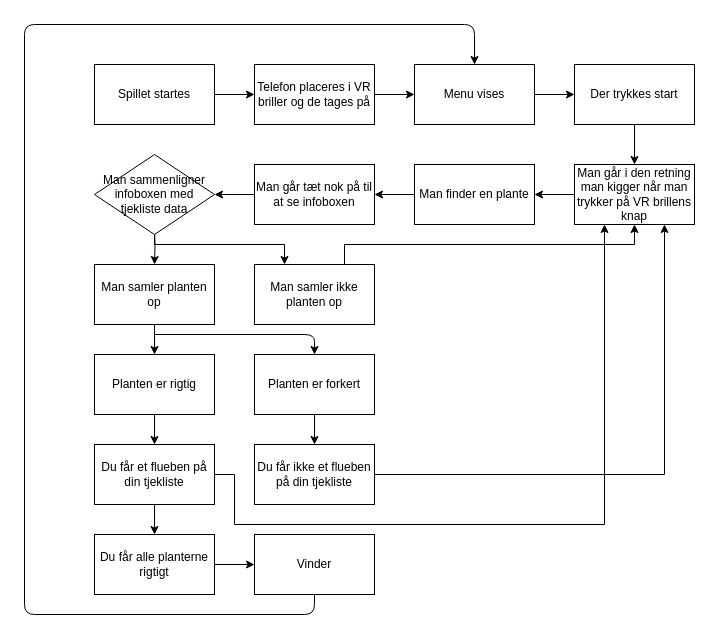
Above: Flowchart af plantejagt.drawio in mads546n/Escape-room-VR (draw.io), before the change. Source tidied: cells renumbered, new cells numbered last; positions are measured from the earlier drawing's top-left corner, leaving out a move shared by most shapes. Both pictures are drawn from the tidied source at 100%, with x=0, y=0 at pixel (24, 24).
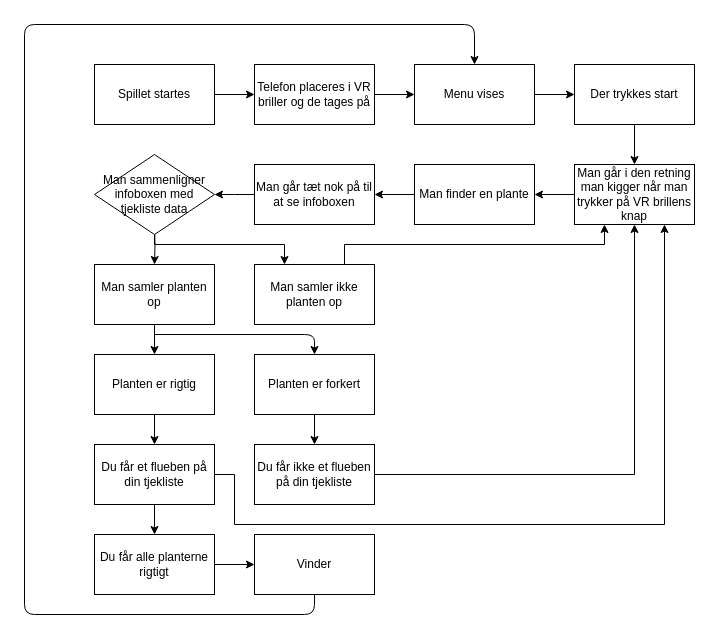
The same page after the edit.

The change refers to these unchanged cells:
```xml
<mxCell id="8" value="Man går i den retning man kigger når man trykker på VR brillens knap" style="rounded=0;whiteSpace=wrap;html=1;" parent="1" vertex="1">
  <mxGeometry x="550" y="140" width="120" height="60" as="geometry" />
</mxCell>
<mxCell id="20" value="Man samler ikke planten op" style="rounded=0;whiteSpace=wrap;html=1;" parent="1" vertex="1">
  <mxGeometry x="230" y="240" width="120" height="60" as="geometry" />
</mxCell>
<mxCell id="27" value="Du får et flueben på din tjekliste" style="rounded=0;whiteSpace=wrap;html=1;" parent="1" vertex="1">
  <mxGeometry x="70" y="420" width="120" height="60" as="geometry" />
</mxCell>
<mxCell id="29" value="Du får ikke et flueben på din tjekliste" style="rounded=0;whiteSpace=wrap;html=1;" parent="1" vertex="1">
  <mxGeometry x="230" y="420" width="120" height="60" as="geometry" />
</mxCell>
```

What changed in the source:
```diff
@@
-    <mxCell id="19" style="edgeStyle=orthogonalEdgeStyle;rounded=0;jettySize=auto;html=1;exitX=0.75;exitY=0;exitDx=0;exitDy=0;entryX=0.5;entryY=1;entryDx=0;entryDy=0;" parent="1" edge="1" source="20" target="8">
+    <mxCell id="19" style="edgeStyle=orthogonalEdgeStyle;rounded=0;jettySize=auto;html=1;exitX=0.75;exitY=0;exitDx=0;exitDy=0;entryX=0.25;entryY=1;entryDx=0;entryDy=0;" parent="1" edge="1" source="20" target="8">
       <mxGeometry relative="1" as="geometry" />
     </mxCell>
@@
-    <mxCell id="26" style="edgeStyle=orthogonalEdgeStyle;rounded=0;jettySize=auto;html=1;exitX=1;exitY=0.5;exitDx=0;exitDy=0;entryX=0.25;entryY=1;entryDx=0;entryDy=0;" parent="1" edge="1" source="27" target="8">
+    <mxCell id="26" style="edgeStyle=orthogonalEdgeStyle;rounded=0;jettySize=auto;html=1;exitX=1;exitY=0.5;exitDx=0;exitDy=0;entryX=0.75;entryY=1;entryDx=0;entryDy=0;" parent="1" edge="1" source="27" target="8">
       <mxGeometry relative="1" as="geometry">
         <Array as="points">
           <mxPoint x="210" y="450" />
           <mxPoint x="210" y="500" />
-          <mxPoint x="580" y="500" />
+          <mxPoint x="640" y="500" />
         </Array>
       </mxGeometry>
     </mxCell>
@@
-    <mxCell id="28" style="edgeStyle=orthogonalEdgeStyle;rounded=0;jettySize=auto;html=1;exitX=1;exitY=0.5;exitDx=0;exitDy=0;entryX=0.75;entryY=1;entryDx=0;entryDy=0;" parent="1" edge="1" source="29" target="8">
+    <mxCell id="28" style="edgeStyle=orthogonalEdgeStyle;rounded=0;jettySize=auto;html=1;exitX=1;exitY=0.5;exitDx=0;exitDy=0;entryX=0.5;entryY=1;entryDx=0;entryDy=0;" parent="1" edge="1" source="29" target="8">
       <mxGeometry relative="1" as="geometry" />
     </mxCell>
```
